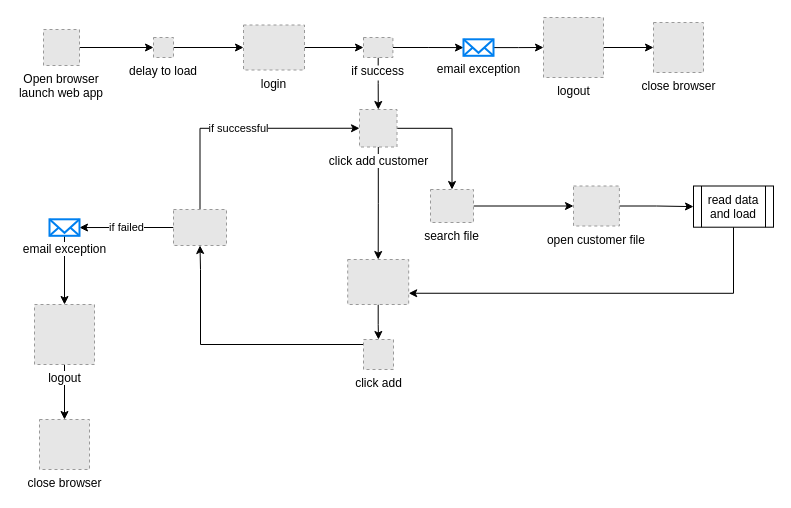
This is rpa-customer-data-load.drawio from jfruiz11375/rpa-diagrams, a draw.io file, before an edit. Source tidied: cells renumbered, new cells numbered last; positions are measured from the earlier drawing's top-left corner, leaving out a move shared by most shapes. Both pictures are drawn from the tidied source at 100%, with x=0, y=0 at pixel (34, 17). Pictures stored in the file or linked from it are replaced by grey dashed boxes.
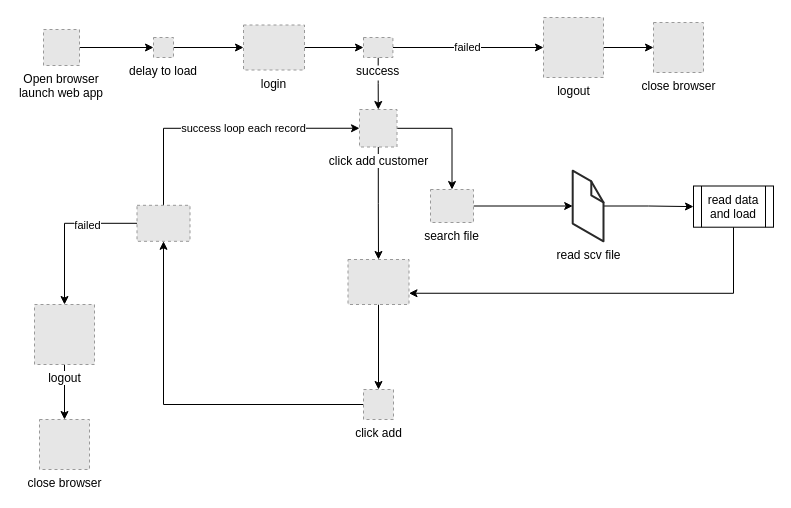
The same diagram, later.

Commit message:
Updated the loop and scv file from excel

Unchanged cells that the change refers to:
```xml
<mxCell id="3" value="search file" style="fillColor=#E6E6E6;strokeColor=#999999;dashed=1;verticalLabelPosition=bottom;labelBackgroundColor=#ffffff;verticalAlign=top;" parent="1" vertex="1">
  <mxGeometry x="396" y="172" width="43" height="33" as="geometry" />
</mxCell>
<mxCell id="16" value="click add customer" style="fillColor=#E6E6E6;strokeColor=#999999;dashed=1;html=1;verticalAlign=top;verticalLabelPosition=bottom;labelBackgroundColor=#ffffff;" parent="1" vertex="1">
  <mxGeometry x="325" y="92" width="37.5" height="37.5" as="geometry" />
</mxCell>
<mxCell id="21" value="read data and load" style="shape=process;whiteSpace=wrap;html=1;backgroundOutline=1;verticalAlign=top;labelBackgroundColor=#ffffff;" parent="1" vertex="1">
  <mxGeometry x="659" y="168.5" width="80" height="41.2" as="geometry" />
</mxCell>
<mxCell id="31" value="logout" style="fillColor=#E6E6E6;strokeColor=#999999;dashed=1;html=1;verticalAlign=top;verticalLabelPosition=bottom;labelBackgroundColor=#ffffff;" parent="1" vertex="1">
  <mxGeometry y="287" width="60" height="60" as="geometry" />
</mxCell>
<mxCell id="35" value="logout" style="fillColor=#E6E6E6;strokeColor=#999999;dashed=1;html=1;verticalAlign=top;verticalLabelPosition=bottom;labelBackgroundColor=#ffffff;" parent="1" vertex="1">
  <mxGeometry x="509" width="60" height="60" as="geometry" />
</mxCell>
```

Change to the diagram source:
```diff
@@
-    <mxCell id="2" style="edgeStyle=orthogonalEdgeStyle;rounded=0;jettySize=auto;html=1;" parent="1" edge="1" source="3" target="13">
+    <mxCell id="2" style="edgeStyle=orthogonalEdgeStyle;rounded=0;jettySize=auto;html=1;" parent="1" edge="1" source="3" target="37">
       <mxGeometry relative="1" as="geometry" />
     </mxCell>
@@
     <mxCell id="7" style="fillColor=#E6E6E6;strokeColor=#999999;dashed=1;verticalLabelPosition=bottom;labelBackgroundColor=#ffffff;verticalAlign=top;" parent="1" vertex="1">
-      <mxGeometry x="313.2" y="242" width="61" height="45" as="geometry" />
+      <mxGeometry x="313.5" y="242" width="61" height="45" as="geometry" />
     </mxCell>
@@
-    <mxCell id="12" style="edgeStyle=orthogonalEdgeStyle;rounded=0;jettySize=auto;html=1;" parent="1" edge="1" source="13" target="21">
+    <mxCell id="12" style="edgeStyle=orthogonalEdgeStyle;rounded=0;jettySize=auto;html=1;" parent="1" edge="1" source="37" target="21">
       <mxGeometry relative="1" as="geometry" />
     </mxCell>
-    <mxCell id="13" value="open customer file" style="fillColor=#E6E6E6;strokeColor=#999999;dashed=1;verticalLabelPosition=bottom;labelBackgroundColor=#ffffff;verticalAlign=top;" parent="1" vertex="1">
-      <mxGeometry x="539" y="168.5" width="45.9" height="40" as="geometry" />
-    </mxCell>
@@
-    <mxCell id="18" style="edgeStyle=orthogonalEdgeStyle;rounded=0;jettySize=auto;html=1;" parent="1" edge="1" source="19" target="33">
+    <mxCell id="18" value="failed" style="edgeStyle=orthogonalEdgeStyle;rounded=0;jettySize=auto;html=1;entryX=0;entryY=0.5;entryDx=0;entryDy=0;" parent="1" edge="1" source="19" target="35">
       <mxGeometry relative="1" as="geometry" />
     </mxCell>
-    <mxCell id="19" value="if success" style="fillColor=#E6E6E6;strokeColor=#999999;dashed=1;verticalLabelPosition=bottom;labelBackgroundColor=#ffffff;verticalAlign=top;" parent="1" vertex="1">
+    <mxCell id="19" value="success" style="fillColor=#E6E6E6;strokeColor=#999999;dashed=1;verticalLabelPosition=bottom;labelBackgroundColor=#ffffff;verticalAlign=top;" parent="1" vertex="1">
       <mxGeometry x="329" y="20" width="29.4" height="20" as="geometry" />
     </mxCell>
@@
-    <mxCell id="22" style="edgeStyle=orthogonalEdgeStyle;rounded=0;jettySize=auto;html=1;entryX=0.5;entryY=1;entryDx=0;entryDy=0;" parent="1" edge="1" source="23" target="26">
+    <mxCell id="22" style="edgeStyle=orthogonalEdgeStyle;rounded=0;jettySize=auto;html=1;entryX=0.5;entryY=1;entryDx=0;entryDy=0;exitX=0;exitY=0.5;exitDx=0;exitDy=0;" parent="1" edge="1" source="23" target="26">
       <mxGeometry relative="1" as="geometry">
         <Array as="points">
-          <mxPoint x="166" y="327" />
-          <mxPoint x="166" y="252" />
+          <mxPoint x="129" y="387" />
         </Array>
       </mxGeometry>
     </mxCell>
     <mxCell id="23" value="click add" style="fillColor=#E6E6E6;strokeColor=#999999;dashed=1;html=1;verticalAlign=top;verticalLabelPosition=bottom;labelBackgroundColor=#ffffff;" parent="1" vertex="1">
-      <mxGeometry x="329" y="322" width="30" height="30" as="geometry" />
+      <mxGeometry x="329" y="372" width="30" height="30" as="geometry" />
     </mxCell>
-    <mxCell id="24" value="if successful" style="edgeStyle=orthogonalEdgeStyle;rounded=0;jettySize=auto;html=1;entryX=0;entryY=0.5;entryDx=0;entryDy=0;exitX=0.5;exitY=0;exitDx=0;exitDy=0;" parent="1" edge="1" source="26" target="16">
-      <mxGeometry relative="1" as="geometry">
+    <mxCell id="24" value="success loop each record" style="edgeStyle=orthogonalEdgeStyle;rounded=0;jettySize=auto;html=1;entryX=0;entryY=0.5;entryDx=0;entryDy=0;exitX=0.5;exitY=0;exitDx=0;exitDy=0;" parent="1" edge="1" source="26" target="16">
+      <mxGeometry x="0.15" relative="1" as="geometry">
         <Array as="points">
-          <mxPoint x="166" y="111" />
+          <mxPoint x="129" y="111" />
         </Array>
       </mxGeometry>
     </mxCell>
-    <mxCell id="25" value="if failed" style="edgeStyle=orthogonalEdgeStyle;rounded=0;jettySize=auto;html=1;entryX=1;entryY=0.5;entryDx=0;entryDy=0;entryPerimeter=0;" parent="1" edge="1" source="26" target="28">
-      <mxGeometry relative="1" as="geometry" />
+    <mxCell id="25" value="failed" style="edgeStyle=orthogonalEdgeStyle;rounded=0;jettySize=auto;html=1;" parent="1" edge="1" source="26" target="31">
+      <mxGeometry x="-0.35" y="2" relative="1" as="geometry" />
     </mxCell>
     <mxCell id="26" style="fillColor=#E6E6E6;strokeColor=#999999;dashed=1;verticalLabelPosition=bottom;labelBackgroundColor=#ffffff;verticalAlign=top;" parent="1" vertex="1">
-      <mxGeometry x="139" y="192" width="53" height="36" as="geometry" />
+      <mxGeometry x="102.5" y="187.8" width="53" height="36" as="geometry" />
     </mxCell>
-    <mxCell id="27" style="edgeStyle=orthogonalEdgeStyle;rounded=0;jettySize=auto;html=1;" parent="1" edge="1" source="28" target="31">
-      <mxGeometry relative="1" as="geometry" />
-    </mxCell>
-    <mxCell id="28" value="email exception" style="html=1;verticalLabelPosition=bottom;align=center;labelBackgroundColor=#ffffff;verticalAlign=top;strokeWidth=2;strokeColor=#0080F0;shadow=0;dashed=0;shape=mxgraph.ios7.icons.mail;" parent="1" vertex="1">
-      <mxGeometry x="15" y="201.8" width="30" height="16.5" as="geometry" />
-    </mxCell>
@@
-    <mxCell id="32" style="edgeStyle=orthogonalEdgeStyle;rounded=0;jettySize=auto;html=1;" parent="1" edge="1" source="33" target="35">
-      <mxGeometry relative="1" as="geometry" />
-    </mxCell>
-    <mxCell id="33" value="email exception" style="html=1;verticalLabelPosition=bottom;align=center;labelBackgroundColor=#ffffff;verticalAlign=top;strokeWidth=2;strokeColor=#0080F0;shadow=0;dashed=0;shape=mxgraph.ios7.icons.mail;" parent="1" vertex="1">
-      <mxGeometry x="429" y="21.8" width="30" height="16.5" as="geometry" />
-    </mxCell>
@@
+    <mxCell id="37" value="read scv file" style="verticalLabelPosition=bottom;html=1;verticalAlign=top;strokeWidth=1;align=center;outlineConnect=0;dashed=0;outlineConnect=0;shape=mxgraph.aws3d.file;strokeColor=#292929;" parent="1" vertex="1">
+      <mxGeometry x="538.2" y="153.2" width="30.8" height="70.6" as="geometry" />
+    </mxCell>
```
